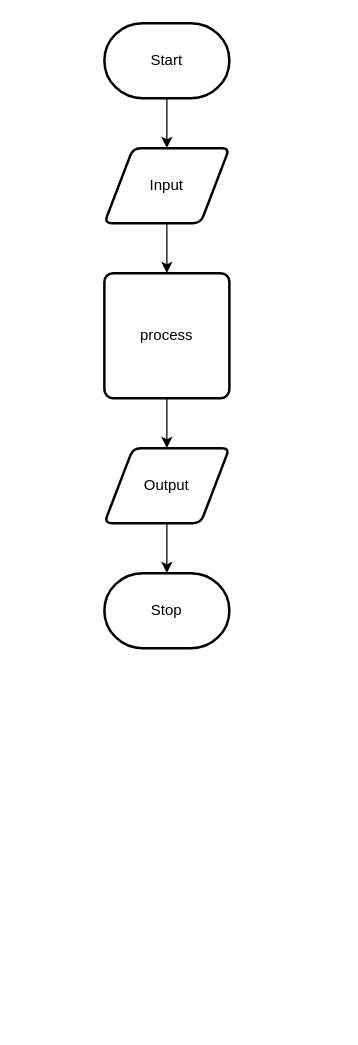
Claire-Bedrossian/2-ICS20-Unit6-04-JS keeps this draw.io diagram as design/flow-chart.drawio. Above is the earlier version. Source tidied: cells renumbered, new cells numbered last; positions are measured from the earlier drawing's top-left corner, leaving out a move shared by most shapes. Both pictures are drawn from the tidied source at 125%, with x=0, y=0 at pixel (104, 22).
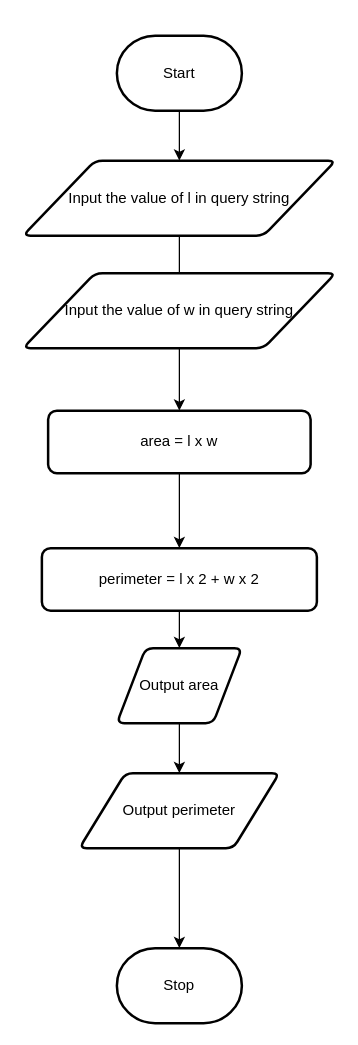
The same diagram, later.

Change to the diagram source:
```diff
@@
 <mxGraphModel>
   <root>
     <mxCell id="0" />
     <mxCell id="1" parent="0" />
-    <mxCell id="2" style="edgeStyle=none;html=1;" parent="1" edge="1" source="3" target="5">
-      <mxGeometry relative="1" as="geometry" />
-    </mxCell>
+    <mxCell id="11" style="edgeStyle=none;html=1;" parent="1" edge="1" source="3">
+      <mxGeometry relative="1" as="geometry">
+        <mxPoint x="60" y="110" as="targetPoint" />
+      </mxGeometry>
+    </mxCell>
     <mxCell id="3" value="Start" style="strokeWidth=2;html=1;shape=mxgraph.flowchart.terminator;whiteSpace=wrap;" parent="1" vertex="1">
-      <mxGeometry width="100" height="60" as="geometry" />
+      <mxGeometry x="10" y="10" width="100" height="60" as="geometry" />
     </mxCell>
-    <mxCell id="4" style="edgeStyle=none;html=1;" parent="1" edge="1" source="5" target="7">
-      <mxGeometry relative="1" as="geometry" />
-    </mxCell>
-    <mxCell id="5" value="Input" style="shape=parallelogram;html=1;strokeWidth=2;perimeter=parallelogramPerimeter;whiteSpace=wrap;rounded=1;arcSize=12;size=0.23;" parent="1" vertex="1">
-      <mxGeometry y="100" width="100" height="60" as="geometry" />
-    </mxCell>
-    <mxCell id="6" style="edgeStyle=none;html=1;" parent="1" edge="1" source="7" target="9">
-      <mxGeometry relative="1" as="geometry" />
-    </mxCell>
-    <mxCell id="7" value="process" style="rounded=1;whiteSpace=wrap;html=1;absoluteArcSize=1;arcSize=14;strokeWidth=2;" parent="1" vertex="1">
-      <mxGeometry y="200" width="100" height="100" as="geometry" />
-    </mxCell>
-    <mxCell id="8" style="edgeStyle=none;html=1;" parent="1" edge="1" source="9" target="10">
-      <mxGeometry relative="1" as="geometry" />
-    </mxCell>
-    <mxCell id="9" value="Output" style="shape=parallelogram;html=1;strokeWidth=2;perimeter=parallelogramPerimeter;whiteSpace=wrap;rounded=1;arcSize=12;size=0.23;" parent="1" vertex="1">
-      <mxGeometry y="340" width="100" height="60" as="geometry" />
-    </mxCell>
+    <mxCell id="12" style="edgeStyle=none;html=1;startArrow=none;" parent="1" edge="1" source="18" target="14">
+      <mxGeometry relative="1" as="geometry" />
+    </mxCell>
+    <mxCell id="13" style="edgeStyle=none;html=1;entryX=0.5;entryY=0;entryDx=0;entryDy=0;" parent="1" edge="1" source="14" target="21">
+      <mxGeometry relative="1" as="geometry" />
+    </mxCell>
+    <mxCell id="14" value="&lt;div&gt;area = l x w&lt;/div&gt;" style="rounded=1;whiteSpace=wrap;html=1;absoluteArcSize=1;arcSize=14;strokeWidth=2;" parent="1" vertex="1">
+      <mxGeometry x="-45" y="310" width="210" height="50" as="geometry" />
+    </mxCell>
+    <mxCell id="15" style="edgeStyle=none;html=1;entryX=0.5;entryY=0;entryDx=0;entryDy=0;" parent="1" edge="1" source="16" target="23">
+      <mxGeometry relative="1" as="geometry" />
+    </mxCell>
+    <mxCell id="16" value="Output area" style="shape=parallelogram;html=1;strokeWidth=2;perimeter=parallelogramPerimeter;whiteSpace=wrap;rounded=1;arcSize=12;size=0.23;" parent="1" vertex="1">
+      <mxGeometry x="10" y="500" width="100" height="60" as="geometry" />
+    </mxCell>
     <mxCell id="10" value="Stop" style="strokeWidth=2;html=1;shape=mxgraph.flowchart.terminator;whiteSpace=wrap;" parent="1" vertex="1">
-      <mxGeometry y="440" width="100" height="60" as="geometry" />
+      <mxGeometry x="10" y="740" width="100" height="60" as="geometry" />
     </mxCell>
+    <mxCell id="17" value="Input the value of l in query string" style="shape=parallelogram;html=1;strokeWidth=2;perimeter=parallelogramPerimeter;whiteSpace=wrap;rounded=1;arcSize=12;size=0.23;" parent="1" vertex="1">
+      <mxGeometry x="-65" y="110" width="250" height="60" as="geometry" />
+    </mxCell>
+    <mxCell id="18" value="Input the value of w in query string" style="shape=parallelogram;html=1;strokeWidth=2;perimeter=parallelogramPerimeter;whiteSpace=wrap;rounded=1;arcSize=12;size=0.23;" parent="1" vertex="1">
+      <mxGeometry x="-65" y="200" width="250" height="60" as="geometry" />
+    </mxCell>
+    <mxCell id="19" style="edgeStyle=none;html=1;endArrow=none;" parent="1" edge="1" target="18">
+      <mxGeometry relative="1" as="geometry">
+        <mxPoint x="60" y="170" as="sourcePoint" />
+      </mxGeometry>
+    </mxCell>
+    <mxCell id="20" style="edgeStyle=none;html=1;" parent="1" edge="1" source="21" target="16">
+      <mxGeometry relative="1" as="geometry" />
+    </mxCell>
+    <mxCell id="21" value="&lt;div&gt;perimeter = l x 2 + w x 2&lt;/div&gt;" style="rounded=1;whiteSpace=wrap;html=1;absoluteArcSize=1;arcSize=14;strokeWidth=2;" parent="1" vertex="1">
+      <mxGeometry x="-50" y="420" width="220" height="50" as="geometry" />
+    </mxCell>
+    <mxCell id="22" style="edgeStyle=none;html=1;" parent="1" edge="1" source="23" target="10">
+      <mxGeometry relative="1" as="geometry" />
+    </mxCell>
+    <mxCell id="23" value="Output perimeter" style="shape=parallelogram;html=1;strokeWidth=2;perimeter=parallelogramPerimeter;whiteSpace=wrap;rounded=1;arcSize=12;size=0.23;" parent="1" vertex="1">
+      <mxGeometry x="-20" y="600" width="160" height="60" as="geometry" />
+    </mxCell>
   </root>
 </mxGraphModel>
```
